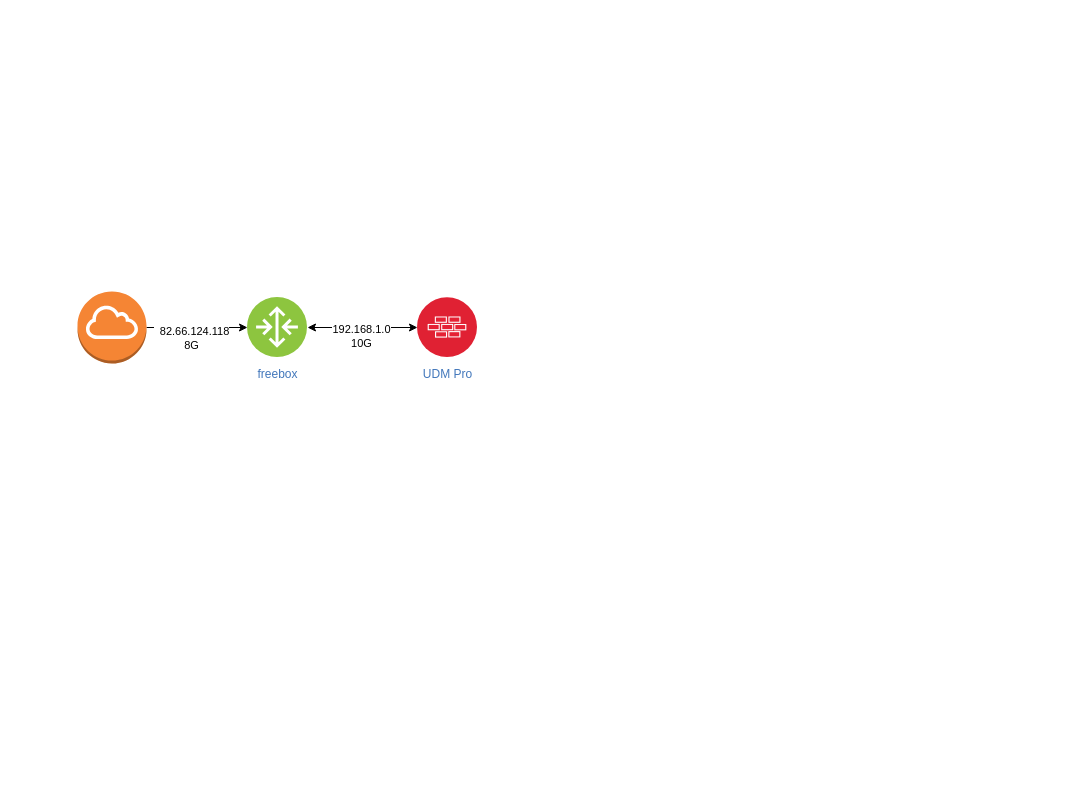
Earlier version of the draw.io diagram Untitled Diagram.drawio (overyanosh/shiny-doodle). Source tidied: cells renumbered, new cells numbered last; positions are measured from the earlier drawing's top-left corner, leaving out a move shared by most shapes. Both pictures are drawn from the tidied source at 100%, with x=0, y=0 at pixel (77, 291).
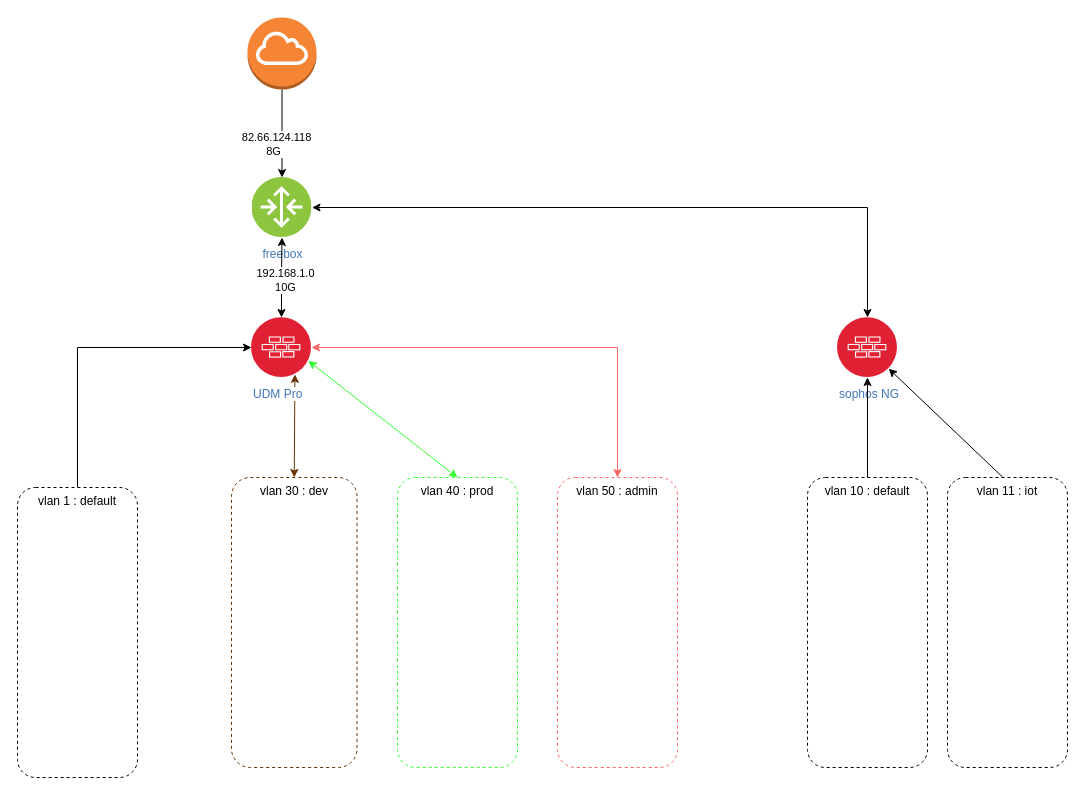
Above is the later version.

Diff of the diagram source:
```diff
@@
     <mxCell id="2" value="&lt;div&gt;freebox&lt;/div&gt;&lt;div&gt;&lt;br&gt;&lt;/div&gt;" style="image;perimeter=ellipsePerimeter;html=1;align=center;shadow=0;dashed=0;fontColor=#4277BB;labelBackgroundColor=default;fontSize=12;spacingTop=3;image=img/lib/ibm/vpc/Router.svg;" parent="1" vertex="1">
-      <mxGeometry x="170" y="6" width="60" height="60" as="geometry" />
+      <mxGeometry x="174.5" y="-114" width="60" height="60" as="geometry" />
     </mxCell>
@@
-    <mxCell id="5" value="UDM Pro" style="image;perimeter=ellipsePerimeter;html=1;align=center;shadow=0;dashed=0;fontColor=#4277BB;labelBackgroundColor=default;fontSize=12;spacingTop=3;image=img/lib/ibm/security/firewall.svg;" parent="1" vertex="1">
-      <mxGeometry x="340" y="6" width="60" height="60" as="geometry" />
-    </mxCell>
+    <mxCell id="9" style="edgeStyle=orthogonalEdgeStyle;rounded=0;jettySize=auto;html=1;endArrow=none;endFill=0;startArrow=classic;startFill=1;" parent="1" edge="1" source="5" target="13">
+      <mxGeometry relative="1" as="geometry" />
+    </mxCell>
@@
     <mxCell id="8" style="outlineConnect=0;dashed=0;verticalLabelPosition=bottom;verticalAlign=top;align=center;html=1;shape=mxgraph.aws3.internet_gateway;fillColor=#F58534;gradientColor=none;" parent="1" vertex="1">
-      <mxGeometry width="69" height="72" as="geometry" />
+      <mxGeometry x="170" y="-274" width="69" height="72" as="geometry" />
     </mxCell>
+    <mxCell id="10" value="vlan 50 : admin" style="fillColor=none;strokeColor=#FF6666;verticalAlign=top;fontStyle=0;whiteSpace=wrap;html=1;dashed=1;glass=0;rounded=1;" parent="1" vertex="1">
+      <mxGeometry x="480" y="186" width="120" height="290" as="geometry" />
+    </mxCell>
+    <mxCell id="11" value="vlan 40 : prod" style="fillColor=none;strokeColor=#33FF33;verticalAlign=top;fontStyle=0;whiteSpace=wrap;html=1;dashed=1;glass=0;rounded=1;" parent="1" vertex="1">
+      <mxGeometry x="320" y="186" width="120" height="290" as="geometry" />
+    </mxCell>
+    <mxCell id="12" value="vlan 30 : dev" style="fillColor=none;strokeColor=#663300;verticalAlign=top;fontStyle=0;whiteSpace=wrap;html=1;dashed=1;glass=0;rounded=1;" parent="1" vertex="1">
+      <mxGeometry x="154" y="186" width="125.5" height="290" as="geometry" />
+    </mxCell>
+    <mxCell id="13" value="vlan 1 : default" style="fillColor=none;strokeColor=#000000;verticalAlign=top;fontStyle=0;whiteSpace=wrap;html=1;dashed=1;glass=0;rounded=1;" parent="1" vertex="1">
+      <mxGeometry x="-60" y="196" width="120" height="290" as="geometry" />
+    </mxCell>
+    <mxCell id="14" style="endArrow=classic;html=1;rounded=0;entryX=0.75;entryY=1;entryDx=0;entryDy=0;exitX=0.5;exitY=0;exitDx=0;exitDy=0;startArrow=classic;startFill=1;endFill=1;strokeColor=#663300;" parent="1" edge="1" source="12" target="5">
+      <mxGeometry relative="1" as="geometry" />
+    </mxCell>
+    <mxCell id="15" style="endArrow=classic;html=1;rounded=0;exitX=0.5;exitY=0;exitDx=0;exitDy=0;edgeStyle=orthogonalEdgeStyle;startArrow=classic;startFill=1;endFill=1;strokeColor=#FF6666;entryX=1;entryY=0.5;entryDx=0;entryDy=0;" parent="1" edge="1" source="10" target="5">
+      <mxGeometry relative="1" as="geometry">
+        <Array as="points">
+          <mxPoint x="540" y="56" />
+        </Array>
+      </mxGeometry>
+    </mxCell>
+    <mxCell id="16" style="edgeStyle=orthogonalEdgeStyle;rounded=0;jettySize=auto;html=1;startArrow=classic;startFill=1;" parent="1" edge="1" source="17" target="2">
+      <mxGeometry relative="1" as="geometry">
+        <Array as="points">
+          <mxPoint x="790" y="-84" />
+        </Array>
+      </mxGeometry>
+    </mxCell>
+    <mxCell id="17" value="sophos NG" style="image;perimeter=ellipsePerimeter;html=1;align=left;shadow=0;dashed=0;fontColor=#4277BB;labelBackgroundColor=default;fontSize=12;spacingTop=3;image=img/lib/ibm/security/firewall.svg;imageBorder=none;direction=east;" parent="1" vertex="1">
+      <mxGeometry x="760" y="26" width="60" height="60" as="geometry" />
+    </mxCell>
+    <mxCell id="18" style="endArrow=classic;html=1;rounded=0;exitX=1;exitY=0.75;exitDx=0;exitDy=0;entryX=0.5;entryY=0;entryDx=0;entryDy=0;strokeColor=#33FF33;startArrow=classic;startFill=1;endFill=1;" parent="1" edge="1" source="5" target="11">
+      <mxGeometry relative="1" as="geometry" />
+    </mxCell>
+    <mxCell id="19" style="edgeStyle=orthogonalEdgeStyle;rounded=0;jettySize=auto;html=1;" parent="1" edge="1" source="20" target="17">
+      <mxGeometry relative="1" as="geometry" />
+    </mxCell>
+    <mxCell id="20" value="vlan 10 : default" style="fillColor=none;strokeColor=#000000;verticalAlign=top;fontStyle=0;whiteSpace=wrap;html=1;dashed=1;glass=0;rounded=1;" parent="1" vertex="1">
+      <mxGeometry x="730" y="186" width="120" height="290" as="geometry" />
+    </mxCell>
+    <mxCell id="21" value="vlan 11 : iot" style="fillColor=none;strokeColor=#000000;verticalAlign=top;fontStyle=0;whiteSpace=wrap;html=1;dashed=1;glass=0;rounded=1;" parent="1" vertex="1">
+      <mxGeometry x="870" y="186" width="120" height="290" as="geometry" />
+    </mxCell>
+    <mxCell id="22" style="endArrow=classic;html=1;rounded=0;entryX=1;entryY=1;entryDx=0;entryDy=0;exitX=0.458;exitY=-0.002;exitDx=0;exitDy=0;exitPerimeter=0;startArrow=none;startFill=0;endFill=1;" parent="1" edge="1" source="21" target="17">
+      <mxGeometry relative="1" as="geometry" />
+    </mxCell>
+    <mxCell id="5" value="&lt;div style=&quot;padding-left: 0px; padding-bottom: 0px;&quot; align=&quot;left&quot;&gt;UDM Pro&lt;/div&gt;" style="image;perimeter=ellipsePerimeter;html=1;align=left;shadow=0;dashed=0;fontColor=#4277BB;labelBackgroundColor=default;fontSize=12;spacingTop=3;image=img/lib/ibm/security/firewall.svg;" parent="1" vertex="1">
+      <mxGeometry x="174" y="26" width="60" height="60" as="geometry" />
+    </mxCell>
```
